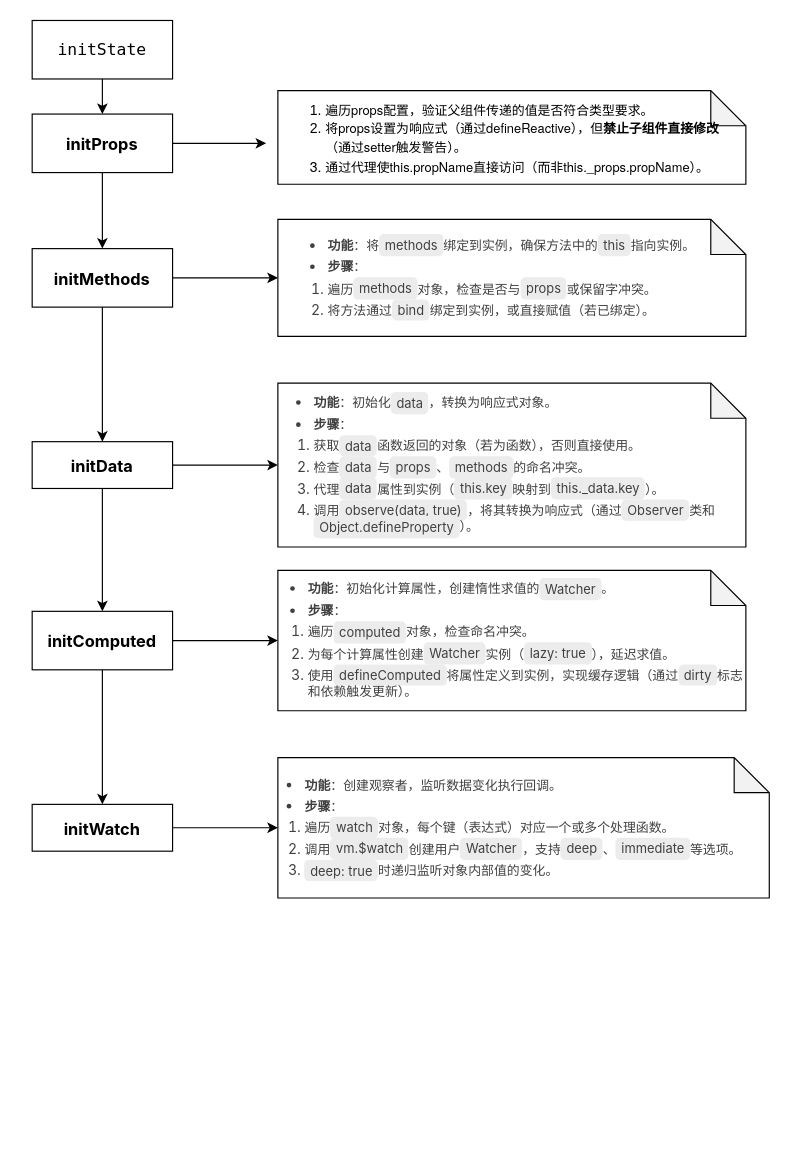
Above: summarize/initState.drawio in fightingtoday/vue-source (draw.io), before the change. Source tidied: cells renumbered, new cells numbered last; positions are measured from the earlier drawing's top-left corner, leaving out a move shared by most shapes. Both pictures are drawn from the tidied source at 117%, with x=0, y=0 at pixel (32, 20).
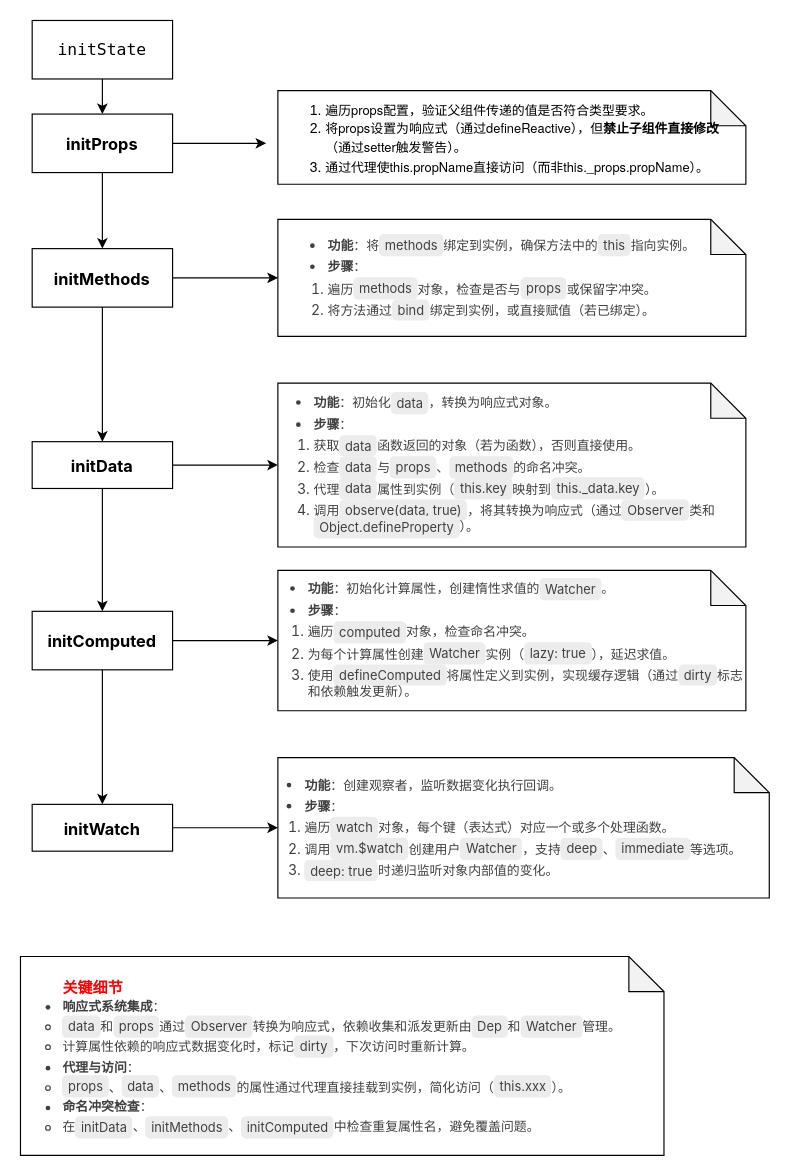
The same diagram, later.

What changed in the source:
```diff
@@
+    <mxCell id="25" value="&lt;h3 style=&quot;font-weight: var(--ds-font-weight-strong); line-height: 1.5; margin: calc(var(--ds-md-zoom)*16px)0 calc(var(--ds-md-zoom)*12px)0; font-family: Inter, system-ui, -apple-system, &amp;quot;system-ui&amp;quot;, &amp;quot;Segoe UI&amp;quot;, Roboto, &amp;quot;Noto Sans&amp;quot;, Ubuntu, Cantarell, &amp;quot;Helvetica Neue&amp;quot;, Oxygen, &amp;quot;Open Sans&amp;quot;, sans-serif; text-align: start;&quot;&gt;&lt;strong style=&quot;&quot;&gt;&lt;font style=&quot;color: rgb(255, 0, 0);&quot;&gt;关键细节&lt;/font&gt;&lt;/strong&gt;&lt;/h3&gt;&lt;ul style=&quot;margin: calc(var(--ds-md-zoom)*12px)0; padding-left: calc(var(--ds-md-zoom)*24px); color: rgb(64, 64, 64); font-family: Inter, system-ui, -apple-system, &amp;quot;system-ui&amp;quot;, &amp;quot;Segoe UI&amp;quot;, Roboto, &amp;quot;Noto Sans&amp;quot;, Ubuntu, Cantarell, &amp;quot;Helvetica Neue&amp;quot;, Oxygen, &amp;quot;Open Sans&amp;quot;, sans-serif; text-align: start;&quot;&gt;&lt;li&gt;&lt;p style=&quot;margin: 0px 0px 4px; line-height: var(--ds-md-line-height);&quot;&gt;&lt;strong&gt;响应式系统集成&lt;/strong&gt;：&lt;/p&gt;&lt;ul style=&quot;margin-top: 4px; margin-right: ; margin-bottom: 0px; margin-left: ; padding-left: calc(var(--ds-md-zoom)*24px);&quot;&gt;&lt;li&gt;&lt;p style=&quot;margin-top: 0px; margin-right: 0px; margin-left: 0px; line-height: var(--ds-md-line-height); margin-bottom: 0px !important;&quot;&gt;&lt;code style=&quot;font-weight: var(--ds-font-weight-strong); font-family: var(--ds-font-family-code); background-color: var(--ds-md-inline-code-color,#ececec); border-radius: 4px; padding: 0.15rem 0.3rem;&quot;&gt;data&lt;/code&gt;和&lt;code style=&quot;font-weight: var(--ds-font-weight-strong); font-family: var(--ds-font-family-code); background-color: var(--ds-md-inline-code-color,#ececec); border-radius: 4px; padding: 0.15rem 0.3rem;&quot;&gt;props&lt;/code&gt;通过&lt;code style=&quot;font-weight: var(--ds-font-weight-strong); font-family: var(--ds-font-family-code); background-color: var(--ds-md-inline-code-color,#ececec); border-radius: 4px; padding: 0.15rem 0.3rem;&quot;&gt;Observer&lt;/code&gt;转换为响应式，依赖收集和派发更新由&lt;code style=&quot;font-weight: var(--ds-font-weight-strong); font-family: var(--ds-font-family-code); background-color: var(--ds-md-inline-code-color,#ececec); border-radius: 4px; padding: 0.15rem 0.3rem;&quot;&gt;Dep&lt;/code&gt;和&lt;code style=&quot;font-weight: var(--ds-font-weight-strong); font-family: var(--ds-font-family-code); background-color: var(--ds-md-inline-code-color,#ececec); border-radius: 4px; padding: 0.15rem 0.3rem;&quot;&gt;Watcher&lt;/code&gt;管理。&lt;/p&gt;&lt;/li&gt;&lt;li style=&quot;margin-top: 4px;&quot;&gt;&lt;p style=&quot;margin-top: 0px; margin-right: 0px; margin-left: 0px; line-height: var(--ds-md-line-height); margin-bottom: 0px !important;&quot;&gt;计算属性依赖的响应式数据变化时，标记&lt;code style=&quot;font-weight: var(--ds-font-weight-strong); font-family: var(--ds-font-family-code); background-color: var(--ds-md-inline-code-color,#ececec); border-radius: 4px; padding: 0.15rem 0.3rem;&quot;&gt;dirty&lt;/code&gt;，下次访问时重新计算。&lt;/p&gt;&lt;/li&gt;&lt;/ul&gt;&lt;/li&gt;&lt;li style=&quot;margin-top: 4px;&quot;&gt;&lt;p style=&quot;margin: 0px 0px 4px; line-height: var(--ds-md-line-height);&quot;&gt;&lt;strong&gt;代理与访问&lt;/strong&gt;：&lt;/p&gt;&lt;ul style=&quot;margin-top: 4px; margin-right: ; margin-bottom: 0px; margin-left: ; padding-left: calc(var(--ds-md-zoom)*24px);&quot;&gt;&lt;li&gt;&lt;p style=&quot;margin-top: 0px; margin-right: 0px; margin-left: 0px; line-height: var(--ds-md-line-height); margin-bottom: 0px !important;&quot;&gt;&lt;code style=&quot;font-weight: var(--ds-font-weight-strong); font-family: var(--ds-font-family-code); background-color: var(--ds-md-inline-code-color,#ececec); border-radius: 4px; padding: 0.15rem 0.3rem;&quot;&gt;props&lt;/code&gt;、&lt;code style=&quot;font-weight: var(--ds-font-weight-strong); font-family: var(--ds-font-family-code); background-color: var(--ds-md-inline-code-color,#ececec); border-radius: 4px; padding: 0.15rem 0.3rem;&quot;&gt;data&lt;/code&gt;、&lt;code style=&quot;font-weight: var(--ds-font-weight-strong); font-family: var(--ds-font-family-code); background-color: var(--ds-md-inline-code-color,#ececec); border-radius: 4px; padding: 0.15rem 0.3rem;&quot;&gt;methods&lt;/code&gt;的属性通过代理直接挂载到实例，简化访问（&lt;code style=&quot;font-weight: var(--ds-font-weight-strong); font-family: var(--ds-font-family-code); background-color: var(--ds-md-inline-code-color,#ececec); border-radius: 4px; padding: 0.15rem 0.3rem;&quot;&gt;this.xxx&lt;/code&gt;）。&lt;/p&gt;&lt;/li&gt;&lt;/ul&gt;&lt;/li&gt;&lt;li style=&quot;margin-top: 4px;&quot;&gt;&lt;p style=&quot;margin: 0px 0px 4px; line-height: var(--ds-md-line-height);&quot;&gt;&lt;strong&gt;命名冲突检查&lt;/strong&gt;：&lt;/p&gt;&lt;ul style=&quot;margin-top: 4px; margin-right: ; margin-bottom: 0px; margin-left: ; padding-left: calc(var(--ds-md-zoom)*24px);&quot;&gt;&lt;li&gt;&lt;p style=&quot;margin-top: 0px; margin-right: 0px; margin-left: 0px; line-height: var(--ds-md-line-height); margin-bottom: 0px !important;&quot;&gt;在&lt;code style=&quot;font-weight: var(--ds-font-weight-strong); font-family: var(--ds-font-family-code); background-color: var(--ds-md-inline-code-color,#ececec); border-radius: 4px; padding: 0.15rem 0.3rem;&quot;&gt;initData&lt;/code&gt;、&lt;code style=&quot;font-weight: var(--ds-font-weight-strong); font-family: var(--ds-font-family-code); background-color: var(--ds-md-inline-code-color,#ececec); border-radius: 4px; padding: 0.15rem 0.3rem;&quot;&gt;initMethods&lt;/code&gt;、&lt;code style=&quot;font-weight: var(--ds-font-weight-strong); font-family: var(--ds-font-family-code); background-color: var(--ds-md-inline-code-color,#ececec); border-radius: 4px; padding: 0.15rem 0.3rem;&quot;&gt;initComputed&lt;/code&gt;中检查重复属性名，避免覆盖问题。&lt;/p&gt;&lt;/li&gt;&lt;/ul&gt;&lt;/li&gt;&lt;/ul&gt;" style="shape=note;whiteSpace=wrap;html=1;backgroundOutline=1;darkOpacity=0.05;fontSize=11;" parent="1" vertex="1">
+      <mxGeometry x="-10" y="800" width="550" height="170" as="geometry" />
+    </mxCell>
```
